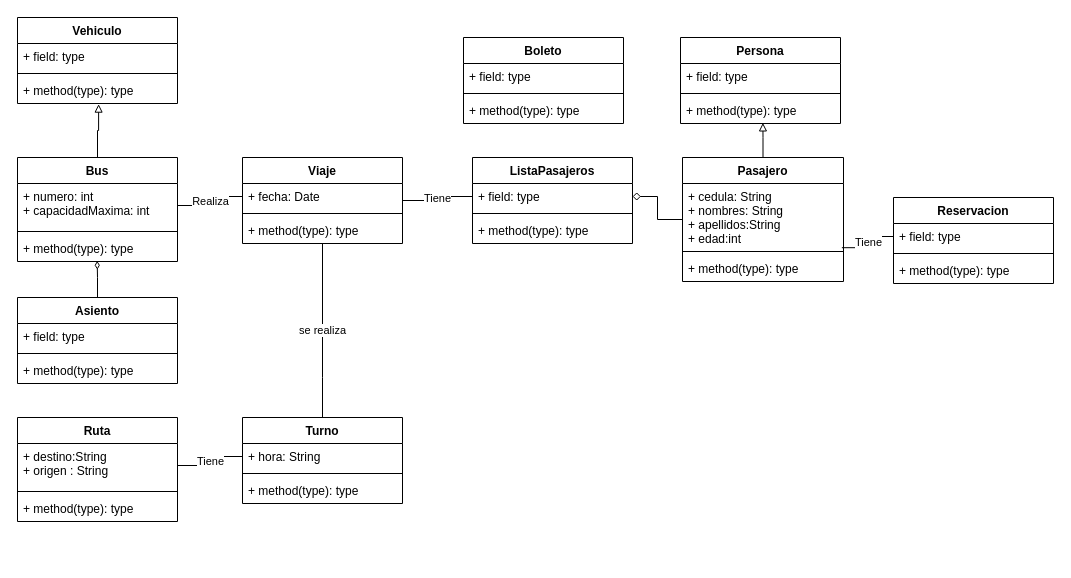
This is CICLO 3/Diagramas UML/ModeloVentasBoletos.drawio from KBGR55/DIAGRAMAS, a draw.io file, before an edit. Source tidied: cells renumbered, new cells numbered last; positions are measured from the earlier drawing's top-left corner, leaving out a move shared by most shapes. Both pictures are drawn from the tidied source at 100%, with x=0, y=0 at pixel (17, 17).
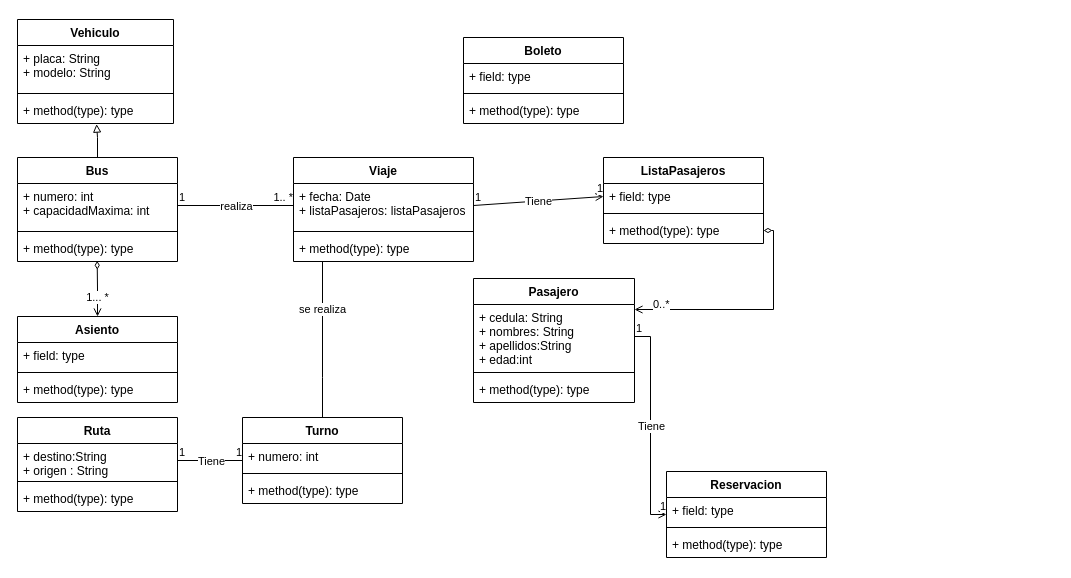
After the change.

The change refers to these unchanged cells:
```xml
<mxCell id="18" value="+ field: type" style="text;strokeColor=none;fillColor=none;align=left;verticalAlign=top;spacingLeft=4;spacingRight=4;overflow=hidden;points=[[0,0.5],[1,0.5]];portConstraint=eastwest;" parent="17" vertex="1">
  <mxGeometry y="26" width="160" height="26" as="geometry" />
</mxCell>
<mxCell id="22" value="+ field: type" style="text;strokeColor=none;fillColor=none;align=left;verticalAlign=top;spacingLeft=4;spacingRight=4;overflow=hidden;points=[[0,0.5],[1,0.5]];portConstraint=eastwest;" parent="21" vertex="1">
  <mxGeometry y="26" width="160" height="26" as="geometry" />
</mxCell>
<mxCell id="24" value="+ method(type): type" style="text;strokeColor=none;fillColor=none;align=left;verticalAlign=top;spacingLeft=4;spacingRight=4;overflow=hidden;points=[[0,0.5],[1,0.5]];portConstraint=eastwest;" parent="21" vertex="1">
  <mxGeometry y="60" width="160" height="26" as="geometry" />
</mxCell>
<mxCell id="27" value="+ numero: int&#10;+ capacidadMaxima: int" style="text;strokeColor=none;fillColor=none;align=left;verticalAlign=top;spacingLeft=4;spacingRight=4;overflow=hidden;points=[[0,0.5],[1,0.5]];portConstraint=eastwest;" parent="26" vertex="1">
  <mxGeometry y="26" width="160" height="44" as="geometry" />
</mxCell>
<mxCell id="29" value="+ method(type): type" style="text;strokeColor=none;fillColor=none;align=left;verticalAlign=top;spacingLeft=4;spacingRight=4;overflow=hidden;points=[[0,0.5],[1,0.5]];portConstraint=eastwest;" parent="26" vertex="1">
  <mxGeometry y="78" width="160" height="26" as="geometry" />
</mxCell>
<mxCell id="30" value="Turno" style="swimlane;fontStyle=1;align=center;verticalAlign=top;horizontal=1;startSize=26;" parent="1" vertex="1">
  <mxGeometry x="225" y="400" width="160" height="86" as="geometry" />
</mxCell>
<mxCell id="37" value="+ cedula: String&#10;+ nombres: String&#10;+ apellidos:String &#10;+ edad:int" style="text;strokeColor=none;fillColor=none;align=left;verticalAlign=top;spacingLeft=4;spacingRight=4;overflow=hidden;points=[[0,0.5],[1,0.5]];portConstraint=eastwest;" parent="36" vertex="1">
  <mxGeometry y="26" width="161" height="64" as="geometry" />
</mxCell>
<mxCell id="39" value="+ method(type): type" style="text;strokeColor=none;fillColor=none;align=left;verticalAlign=top;spacingLeft=4;spacingRight=4;overflow=hidden;points=[[0,0.5],[1,0.5]];portConstraint=eastwest;" parent="36" vertex="1">
  <mxGeometry y="98" width="161" height="26" as="geometry" />
</mxCell>
```

The edit, as a diff of the source:
```diff
@@
-    <mxCell id="2" value="Tiene" style="edgeStyle=orthogonalEdgeStyle;rounded=0;jettySize=auto;html=1;entryX=0;entryY=0.5;entryDx=0;entryDy=0;endArrow=none;endFill=0;" parent="1" edge="1" source="4" target="22">
-      <mxGeometry relative="1" as="geometry" />
-    </mxCell>
@@
     <mxCell id="4" value="Viaje" style="swimlane;fontStyle=1;align=center;verticalAlign=top;horizontal=1;startSize=26;" parent="1" vertex="1">
-      <mxGeometry x="225" y="140" width="160" height="86" as="geometry" />
+      <mxGeometry x="276" y="140" width="180" height="104" as="geometry" />
     </mxCell>
-    <mxCell id="5" value="+ fecha: Date" style="text;strokeColor=none;fillColor=none;align=left;verticalAlign=top;spacingLeft=4;spacingRight=4;overflow=hidden;points=[[0,0.5],[1,0.5]];portConstraint=eastwest;" parent="4" vertex="1">
-      <mxGeometry y="26" width="160" height="26" as="geometry" />
+    <mxCell id="5" value="+ fecha: Date&#10;+ listaPasajeros: listaPasajeros" style="text;strokeColor=none;fillColor=none;align=left;verticalAlign=top;spacingLeft=4;spacingRight=4;overflow=hidden;points=[[0,0.5],[1,0.5]];portConstraint=eastwest;" parent="4" vertex="1">
+      <mxGeometry y="26" width="180" height="44" as="geometry" />
     </mxCell>
     <mxCell id="6" style="line;strokeWidth=1;fillColor=none;align=left;verticalAlign=middle;spacingTop=-1;spacingLeft=3;spacingRight=3;labelPosition=right;" parent="4" vertex="1">
-      <mxGeometry y="52" width="160" height="8" as="geometry" />
+      <mxGeometry y="70" width="180" height="8" as="geometry" />
     </mxCell>
     <mxCell id="7" value="+ method(type): type" style="text;strokeColor=none;fillColor=none;align=left;verticalAlign=top;spacingLeft=4;spacingRight=4;overflow=hidden;" parent="4" vertex="1">
-      <mxGeometry y="60" width="160" height="26" as="geometry" />
+      <mxGeometry y="78" width="180" height="26" as="geometry" />
     </mxCell>
     <mxCell id="8" value="Ruta" style="swimlane;fontStyle=1;align=center;verticalAlign=top;horizontal=1;startSize=26;" parent="1" vertex="1">
-      <mxGeometry y="400" width="160" height="104" as="geometry" />
+      <mxGeometry y="400" width="160" height="94" as="geometry" />
     </mxCell>
     <mxCell id="9" value="+ destino:String&#10;+ origen : String" style="text;strokeColor=none;fillColor=none;align=left;verticalAlign=top;spacingLeft=4;spacingRight=4;overflow=hidden;points=[[0,0.5],[1,0.5]];portConstraint=eastwest;" parent="8" vertex="1">
-      <mxGeometry y="26" width="160" height="44" as="geometry" />
+      <mxGeometry y="26" width="160" height="34" as="geometry" />
     </mxCell>
     <mxCell id="10" style="line;strokeWidth=1;fillColor=none;align=left;verticalAlign=middle;spacingTop=-1;spacingLeft=3;spacingRight=3;labelPosition=right;" parent="8" vertex="1">
-      <mxGeometry y="70" width="160" height="8" as="geometry" />
+      <mxGeometry y="60" width="160" height="8" as="geometry" />
     </mxCell>
     <mxCell id="11" value="+ method(type): type" style="text;strokeColor=none;fillColor=none;align=left;verticalAlign=top;spacingLeft=4;spacingRight=4;overflow=hidden;" parent="8" vertex="1">
-      <mxGeometry y="78" width="160" height="26" as="geometry" />
+      <mxGeometry y="68" width="160" height="26" as="geometry" />
     </mxCell>
@@
-    <mxCell id="16" value="Tiene" style="edgeStyle=orthogonalEdgeStyle;rounded=0;jettySize=auto;html=1;entryX=0.99;entryY=-0.3;entryDx=0;entryDy=0;entryPerimeter=0;endArrow=none;endFill=0;exitX=0;exitY=0.5;exitDx=0;exitDy=0;" parent="1" edge="1" source="18" target="39">
-      <mxGeometry relative="1" as="geometry" />
-    </mxCell>
     <mxCell id="17" value="Reservacion" style="swimlane;fontStyle=1;align=center;verticalAlign=top;horizontal=1;startSize=26;" parent="1" vertex="1">
-      <mxGeometry x="876" y="180" width="160" height="86" as="geometry" />
+      <mxGeometry x="649" y="454" width="160" height="86" as="geometry" />
     </mxCell>
@@
     <mxCell id="21" value="ListaPasajeros" style="swimlane;fontStyle=1;align=center;verticalAlign=top;horizontal=1;startSize=26;" parent="1" vertex="1">
-      <mxGeometry x="455" y="140" width="160" height="86" as="geometry" />
+      <mxGeometry x="586" y="140" width="160" height="86" as="geometry" />
     </mxCell>
@@
-    <mxCell id="31" value="+ hora: String" style="text;strokeColor=none;fillColor=none;align=left;verticalAlign=top;spacingLeft=4;spacingRight=4;overflow=hidden;points=[[0,0.5],[1,0.5]];portConstraint=eastwest;" parent="30" vertex="1">
+    <mxCell id="31" value="+ numero: int" style="text;strokeColor=none;fillColor=none;align=left;verticalAlign=top;spacingLeft=4;spacingRight=4;overflow=hidden;points=[[0,0.5],[1,0.5]];portConstraint=eastwest;" parent="30" vertex="1">
       <mxGeometry y="26" width="160" height="26" as="geometry" />
     </mxCell>
@@
-    <mxCell id="34" style="edgeStyle=orthogonalEdgeStyle;rounded=0;jettySize=auto;html=1;entryX=0.515;entryY=0.977;entryDx=0;entryDy=0;entryPerimeter=0;endArrow=block;endFill=0;" parent="1" edge="1" source="36" target="50">
-      <mxGeometry relative="1" as="geometry" />
-    </mxCell>
-    <mxCell id="35" style="edgeStyle=orthogonalEdgeStyle;rounded=0;jumpSize=15;jettySize=auto;html=1;endArrow=diamond;endFill=0;entryX=1;entryY=0.5;entryDx=0;entryDy=0;" parent="1" edge="1" source="36" target="22">
-      <mxGeometry relative="1" as="geometry" />
-    </mxCell>
     <mxCell id="36" value="Pasajero" style="swimlane;fontStyle=1;align=center;verticalAlign=top;horizontal=1;startSize=26;" parent="1" vertex="1">
-      <mxGeometry x="665" y="140" width="161" height="124" as="geometry" />
+      <mxGeometry x="456" y="261" width="161" height="124" as="geometry" />
     </mxCell>
@@
-    <mxCell id="40" style="edgeStyle=orthogonalEdgeStyle;rounded=0;jettySize=auto;html=1;entryX=0.498;entryY=0.973;entryDx=0;entryDy=0;entryPerimeter=0;endArrow=diamondThin;endFill=0;jumpSize=15;" parent="1" edge="1" source="41" target="29">
-      <mxGeometry relative="1" as="geometry" />
+    <mxCell id="40" value="1... *" style="edgeStyle=orthogonalEdgeStyle;rounded=0;jettySize=auto;html=1;entryX=0.498;entryY=0.973;entryDx=0;entryDy=0;entryPerimeter=0;endArrow=diamondThin;endFill=0;jumpSize=15;startArrow=open;startFill=0;" parent="1" edge="1" source="41" target="29">
+      <mxGeometry x="-0.32" relative="1" as="geometry" />
     </mxCell>
     <mxCell id="41" value="Asiento" style="swimlane;fontStyle=1;align=center;verticalAlign=top;horizontal=1;startSize=26;" parent="1" vertex="1">
-      <mxGeometry y="280" width="160" height="86" as="geometry" />
+      <mxGeometry y="299" width="160" height="86" as="geometry" />
     </mxCell>
@@
-    <mxCell id="45" value="Tiene" style="edgeStyle=orthogonalEdgeStyle;rounded=0;jettySize=auto;html=1;entryX=1;entryY=0.5;entryDx=0;entryDy=0;endArrow=none;endFill=0;" parent="1" edge="1" source="31" target="9">
-      <mxGeometry relative="1" as="geometry" />
-    </mxCell>
-    <mxCell id="46" value="Realiza" style="edgeStyle=orthogonalEdgeStyle;rounded=0;jettySize=auto;html=1;entryX=1;entryY=0.5;entryDx=0;entryDy=0;endArrow=none;endFill=0;exitX=0;exitY=0.5;exitDx=0;exitDy=0;" parent="1" edge="1" source="5" target="27">
-      <mxGeometry relative="1" as="geometry" />
-    </mxCell>
-    <mxCell id="47" value="Persona" style="swimlane;fontStyle=1;align=center;verticalAlign=top;horizontal=1;startSize=26;" parent="1" vertex="1">
-      <mxGeometry x="663" y="20" width="160" height="86" as="geometry" />
-    </mxCell>
-    <mxCell id="48" value="+ field: type" style="text;strokeColor=none;fillColor=none;align=left;verticalAlign=top;spacingLeft=4;spacingRight=4;overflow=hidden;" parent="47" vertex="1">
-      <mxGeometry y="26" width="160" height="26" as="geometry" />
-    </mxCell>
-    <mxCell id="49" style="line;strokeWidth=1;fillColor=none;align=left;verticalAlign=middle;spacingTop=-1;spacingLeft=3;spacingRight=3;labelPosition=right;" parent="47" vertex="1">
-      <mxGeometry y="52" width="160" height="8" as="geometry" />
-    </mxCell>
-    <mxCell id="50" value="+ method(type): type" style="text;strokeColor=none;fillColor=none;align=left;verticalAlign=top;spacingLeft=4;spacingRight=4;overflow=hidden;points=[[0,0.5],[1,0.5]];portConstraint=eastwest;" parent="47" vertex="1">
-      <mxGeometry y="60" width="160" height="26" as="geometry" />
-    </mxCell>
     <mxCell id="51" value="Vehiculo" style="swimlane;fontStyle=1;align=center;verticalAlign=top;horizontal=1;startSize=26;" parent="1" vertex="1">
-      <mxGeometry width="160" height="86" as="geometry" />
+      <mxGeometry y="2" width="156" height="104" as="geometry" />
     </mxCell>
-    <mxCell id="52" value="+ field: type" style="text;strokeColor=none;fillColor=none;align=left;verticalAlign=top;spacingLeft=4;spacingRight=4;overflow=hidden;" parent="51" vertex="1">
-      <mxGeometry y="26" width="160" height="26" as="geometry" />
+    <mxCell id="52" value="+ placa: String&#10;+ modelo: String" style="text;strokeColor=none;fillColor=none;align=left;verticalAlign=top;spacingLeft=4;spacingRight=4;overflow=hidden;" parent="51" vertex="1">
+      <mxGeometry y="26" width="156" height="44" as="geometry" />
     </mxCell>
     <mxCell id="53" style="line;strokeWidth=1;fillColor=none;align=left;verticalAlign=middle;spacingTop=-1;spacingLeft=3;spacingRight=3;labelPosition=right;" parent="51" vertex="1">
-      <mxGeometry y="52" width="160" height="8" as="geometry" />
+      <mxGeometry y="70" width="156" height="8" as="geometry" />
     </mxCell>
     <mxCell id="54" value="+ method(type): type" style="text;strokeColor=none;fillColor=none;align=left;verticalAlign=top;spacingLeft=4;spacingRight=4;overflow=hidden;points=[[0,0.5],[1,0.5]];portConstraint=eastwest;" parent="51" vertex="1">
-      <mxGeometry y="60" width="160" height="26" as="geometry" />
+      <mxGeometry y="78" width="156" height="26" as="geometry" />
     </mxCell>
+    <mxCell id="55" style="endArrow=none;html=1;rounded=0;endFill=0;exitX=1;exitY=0.5;exitDx=0;exitDy=0;entryX=0;entryY=0.5;entryDx=0;entryDy=0;" parent="1" edge="1" source="27" target="5">
+      <mxGeometry relative="1" as="geometry" />
+    </mxCell>
+    <mxCell id="56" value="realiza" style="edgeLabel;html=1;align=center;verticalAlign=middle;" parent="55" vertex="1">
+      <mxGeometry relative="1" as="geometry" />
+    </mxCell>
+    <mxCell id="57" value="1" style="edgeLabel;html=1;align=left;verticalAlign=bottom;" parent="55" vertex="1">
+      <mxGeometry x="-1" relative="1" as="geometry" />
+    </mxCell>
+    <mxCell id="58" value="1.. *" style="edgeLabel;html=1;align=right;verticalAlign=bottom;" parent="55" vertex="1">
+      <mxGeometry x="1" relative="1" as="geometry" />
+    </mxCell>
+    <mxCell id="59" style="endArrow=open;html=1;rounded=0;entryX=0;entryY=0.5;entryDx=0;entryDy=0;exitX=1;exitY=0.5;exitDx=0;exitDy=0;endFill=0;" parent="1" edge="1" source="5" target="22">
+      <mxGeometry relative="1" as="geometry" />
+    </mxCell>
+    <mxCell id="60" value="Tiene" style="edgeLabel;html=1;align=center;verticalAlign=middle;" parent="59" vertex="1">
+      <mxGeometry relative="1" as="geometry" />
+    </mxCell>
+    <mxCell id="61" value="1" style="edgeLabel;html=1;align=left;verticalAlign=bottom;" parent="59" vertex="1">
+      <mxGeometry x="-1" relative="1" as="geometry" />
+    </mxCell>
+    <mxCell id="62" value="1" style="edgeLabel;html=1;align=right;verticalAlign=bottom;" parent="59" vertex="1">
+      <mxGeometry x="1" relative="1" as="geometry" />
+    </mxCell>
+    <mxCell id="63" style="endArrow=diamondThin;html=1;rounded=0;endFill=0;startArrow=open;startFill=0;entryX=1;entryY=0.5;entryDx=0;entryDy=0;exitX=1;exitY=0.25;exitDx=0;exitDy=0;edgeStyle=orthogonalEdgeStyle;" parent="1" edge="1" source="36" target="24">
+      <mxGeometry relative="1" as="geometry" />
+    </mxCell>
+    <mxCell id="64" value="0..*" style="edgeLabel;html=1;align=left;verticalAlign=bottom;" parent="63" vertex="1">
+      <mxGeometry x="-1" relative="1" as="geometry">
+        <mxPoint x="17" y="3" as="offset" />
+      </mxGeometry>
+    </mxCell>
+    <mxCell id="65" style="endArrow=open;html=1;rounded=0;exitX=1;exitY=0.5;exitDx=0;exitDy=0;endFill=0;entryX=0;entryY=0.5;entryDx=0;entryDy=0;edgeStyle=orthogonalEdgeStyle;" parent="1" edge="1" source="37" target="17">
+      <mxGeometry relative="1" as="geometry" />
+    </mxCell>
+    <mxCell id="66" value="Tiene" style="edgeLabel;html=1;align=center;verticalAlign=middle;" parent="65" vertex="1">
+      <mxGeometry relative="1" as="geometry" />
+    </mxCell>
+    <mxCell id="67" value="1" style="edgeLabel;html=1;align=left;verticalAlign=bottom;" parent="65" vertex="1">
+      <mxGeometry x="-1" relative="1" as="geometry" />
+    </mxCell>
+    <mxCell id="68" value="1" style="edgeLabel;html=1;align=right;verticalAlign=bottom;" parent="65" vertex="1">
+      <mxGeometry x="1" relative="1" as="geometry" />
+    </mxCell>
+    <mxCell id="69" style="endArrow=none;html=1;rounded=0;entryX=0;entryY=0.5;entryDx=0;entryDy=0;exitX=1;exitY=0.5;exitDx=0;exitDy=0;endFill=0;" parent="1" edge="1" source="9" target="30">
+      <mxGeometry relative="1" as="geometry" />
+    </mxCell>
+    <mxCell id="70" value="Tiene" style="edgeLabel;html=1;align=center;verticalAlign=middle;" parent="69" vertex="1">
+      <mxGeometry relative="1" as="geometry" />
+    </mxCell>
+    <mxCell id="71" value="1" style="edgeLabel;html=1;align=left;verticalAlign=bottom;" parent="69" vertex="1">
+      <mxGeometry x="-1" relative="1" as="geometry" />
+    </mxCell>
+    <mxCell id="72" value="1" style="edgeLabel;html=1;align=right;verticalAlign=bottom;" parent="69" vertex="1">
+      <mxGeometry x="1" relative="1" as="geometry" />
+    </mxCell>
```
